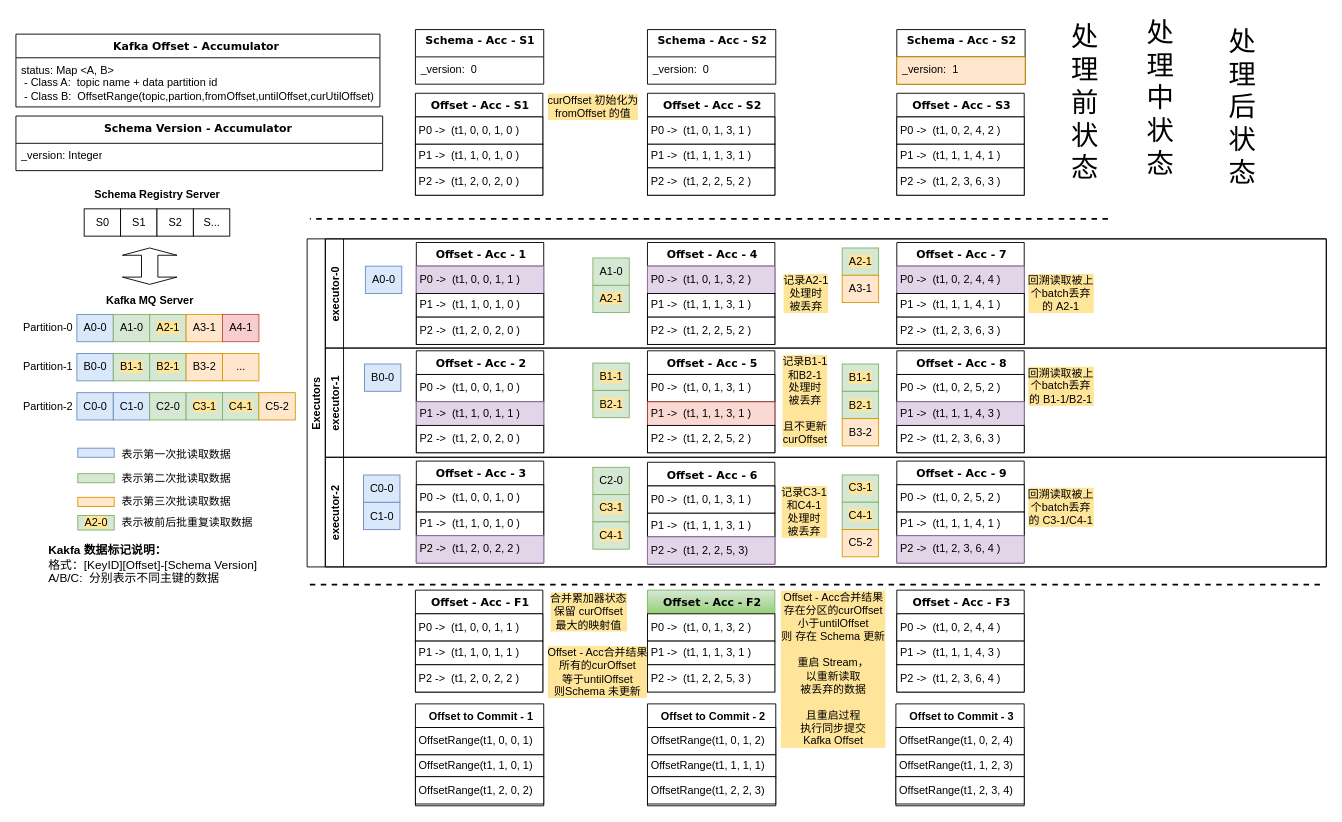
Before: page "Schema更新处理" (1 of 2) of docs/spark-kafka-to-iceberg.drawio in longredhao/kafka-to-iceberg-spark, a draw.io diagram. Source tidied: cells renumbered, new cells numbered last; positions are measured from the earlier drawing's top-left corner, leaving out a move shared by most shapes. Both pictures are drawn from the tidied source at 91%, with x=0, y=0 at pixel (15, 29).
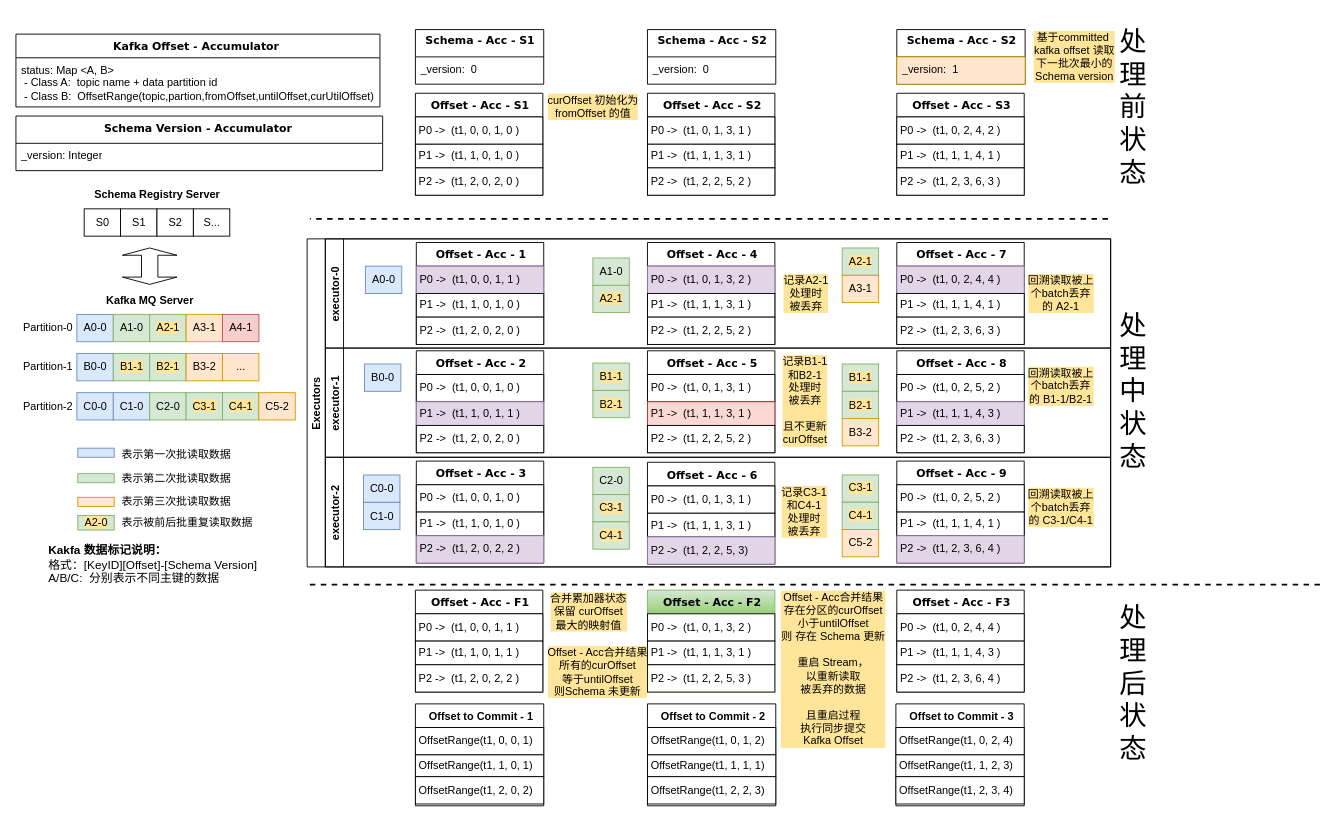
After the change.

Commit message (it also covers changes not shown here):
修复 Schema version 更新检测逻辑

The edit, as a diff of the source:
```diff
@@
     <mxCell id="7" value="Executors" style="swimlane;horizontal=0;startSize=20;fillColor=none;" parent="1" vertex="1">
-      <mxGeometry x="320" y="230" width="1120" height="360.5" as="geometry" />
+      <mxGeometry x="320" y="230" width="883" height="360.5" as="geometry" />
     </mxCell>
     <mxCell id="8" value="executor-0" style="swimlane;startSize=20;horizontal=0;fillColor=none;" parent="7" vertex="1">
-      <mxGeometry x="20" width="1100" height="120" as="geometry" />
+      <mxGeometry x="20" width="863" height="120" as="geometry" />
     </mxCell>
@@
     <mxCell id="31" value="executor-1" style="swimlane;startSize=20;horizontal=0;fillColor=none;" parent="7" vertex="1">
-      <mxGeometry x="20" y="120" width="1100" height="120" as="geometry" />
+      <mxGeometry x="20" y="120" width="863" height="120" as="geometry" />
     </mxCell>
@@
     <mxCell id="55" value="executor-2" style="swimlane;startSize=20;horizontal=0;fillColor=none;" parent="7" vertex="1">
-      <mxGeometry x="20" y="240" width="1100" height="120.5" as="geometry" />
+      <mxGeometry x="20" y="240" width="863" height="120.5" as="geometry" />
     </mxCell>
@@
     <mxCell id="126" value="处理前状态" style="whiteSpace=wrap;html=1;align=center;labelBackgroundColor=none;fontSize=30;fontColor=#000000;fillColor=none;strokeColor=none;" parent="1" vertex="1">
-      <mxGeometry x="1160" y="10" width="30" height="140" as="geometry" />
+      <mxGeometry x="1213" y="15" width="30" height="140" as="geometry" />
     </mxCell>
     <mxCell id="127" value="处理中状态" style="whiteSpace=wrap;html=1;align=center;labelBackgroundColor=none;fontSize=30;fontColor=#000000;fillColor=none;strokeColor=none;" parent="1" vertex="1">
-      <mxGeometry x="1243" y="5" width="30" height="140" as="geometry" />
+      <mxGeometry x="1213" y="327" width="30" height="140" as="geometry" />
     </mxCell>
     <mxCell id="128" value="处理后状态" style="whiteSpace=wrap;html=1;align=center;labelBackgroundColor=none;fontSize=30;fontColor=#000000;fillColor=none;strokeColor=none;" parent="1" vertex="1">
-      <mxGeometry x="1333" y="15" width="30" height="140" as="geometry" />
+      <mxGeometry x="1213" y="648" width="30" height="140" as="geometry" />
     </mxCell>
@@
+    <mxCell id="167" value="基于committed&amp;nbsp;&lt;br&gt;kafka offset 读取&lt;br&gt;下一批次最小的&lt;br&gt;Schema version" style="text;html=1;align=center;verticalAlign=middle;fillColor=none;strokeColor=none;rounded=0;labelBackgroundColor=#FFE599;fontColor=#000000;" parent="1" vertex="1">
+      <mxGeometry x="1113" width="100" height="60" as="geometry" />
+    </mxCell>
```
